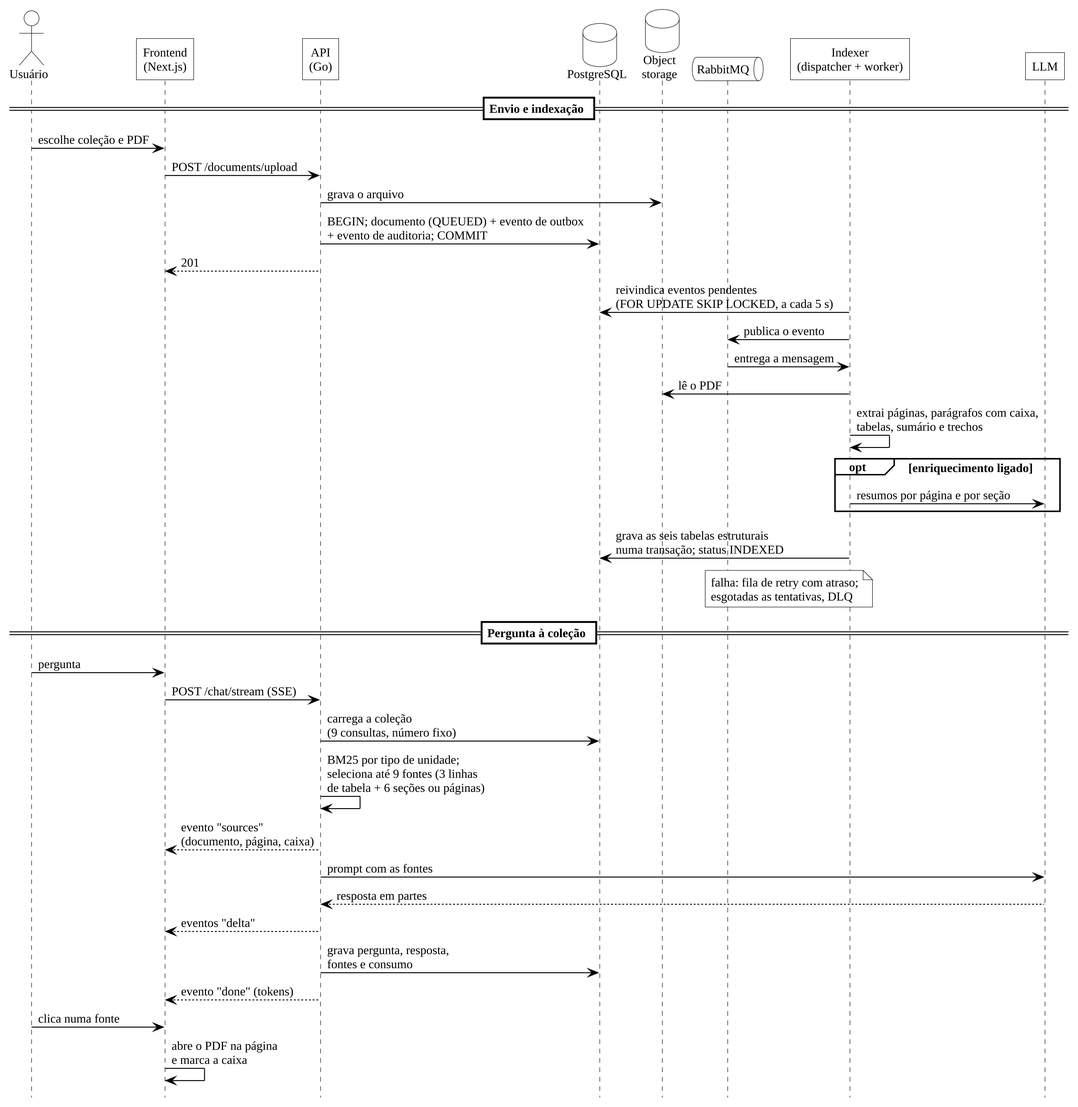
Earlier version of the PlantUML export docs/article/anexos/diagramas/sequencia.png (EduardoMG12/ThingIndex). Its source is kept beside it as docs/article/anexos/diagramas/sequencia.puml.
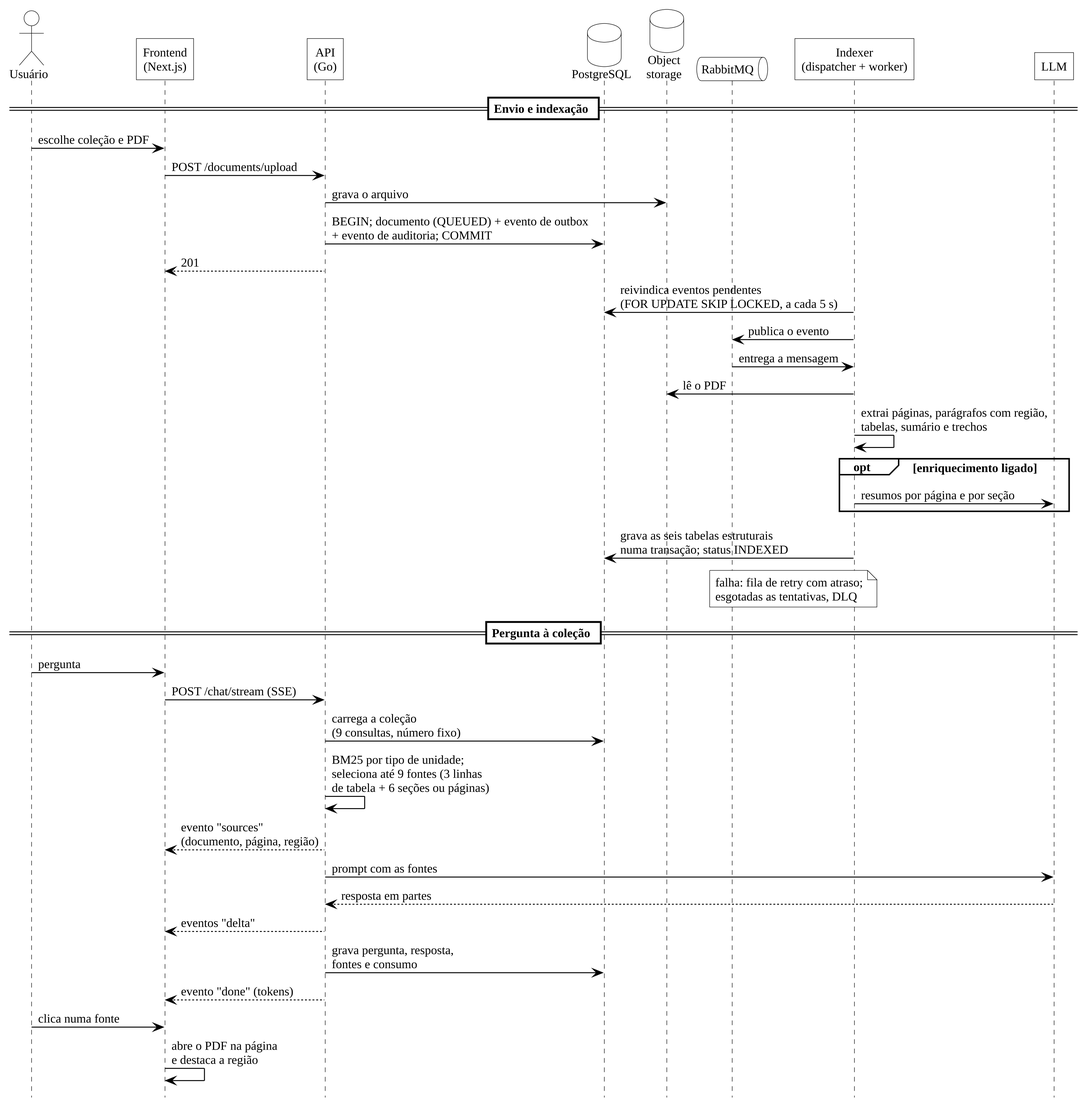
After the change.

Diff of the diagram source:
```diff
@@ -23,7 +23,7 @@
 W -> R : publica o evento
 R -> W : entrega a mensagem
 W -> S : lê o PDF
-W -> W : extrai páginas, parágrafos com caixa,\ntabelas, sumário e trechos
+W -> W : extrai páginas, parágrafos com região,\ntabelas, sumário e trechos
 opt enriquecimento ligado
   W -> L : resumos por página e por seção
 end
@@ -35,12 +35,12 @@
 F -> A : POST /chat/stream (SSE)
 A -> P : carrega a coleção\n(9 consultas, número fixo)
 A -> A : BM25 por tipo de unidade;\nseleciona até 9 fontes (3 linhas\nde tabela + 6 seções ou páginas)
-A --> F : evento "sources"\n(documento, página, caixa)
+A --> F : evento "sources"\n(documento, página, região)
 A -> L : prompt com as fontes
 L --> A : resposta em partes
 A --> F : eventos "delta"
 A -> P : grava pergunta, resposta,\nfontes e consumo
 A --> F : evento "done" (tokens)
 U -> F : clica numa fonte
-F -> F : abre o PDF na página\ne marca a caixa
+F -> F : abre o PDF na página\ne destaca a região
 @enduml
```
